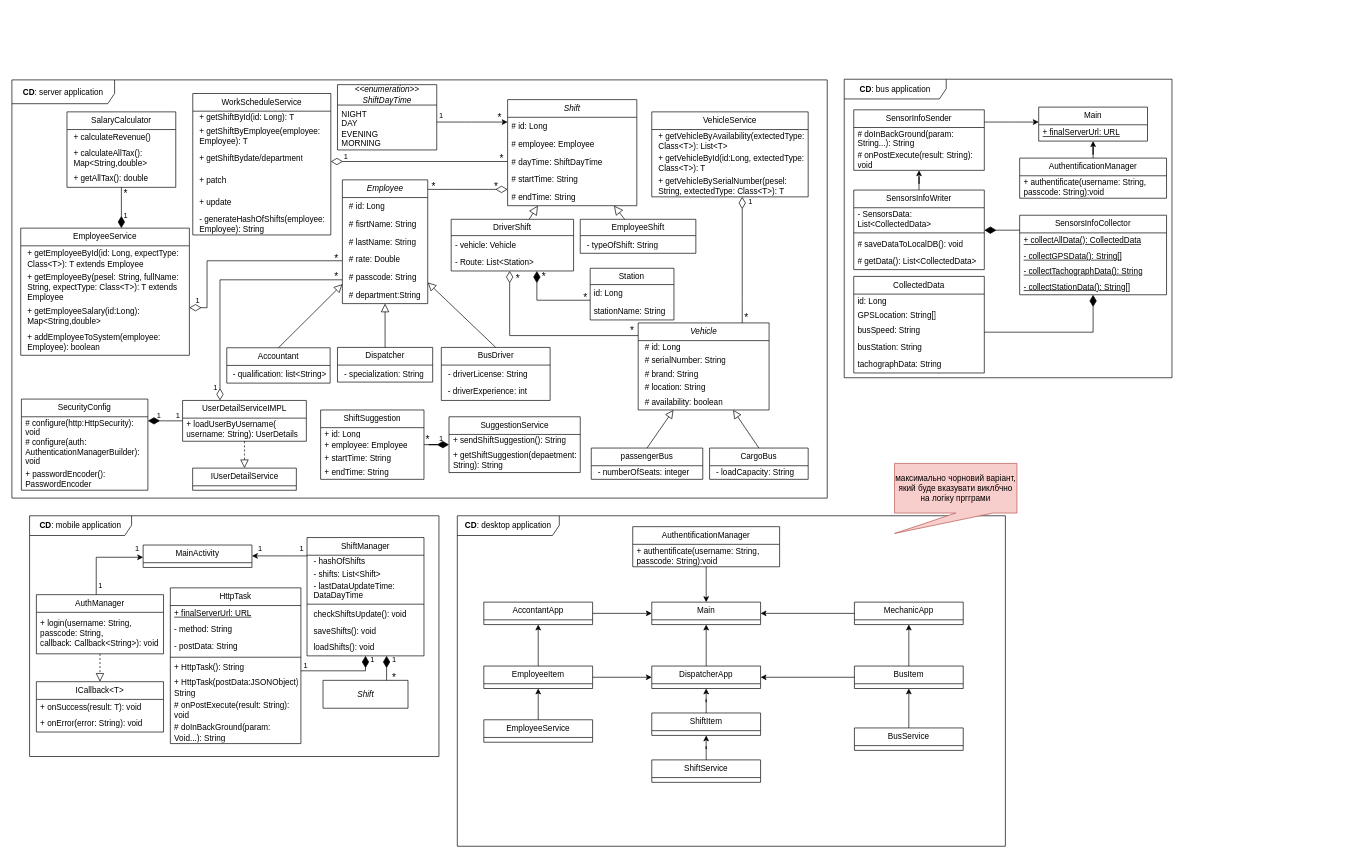
The draw.io diagram page "Class diagram" (1 of 7) of UML-software-engineering.drawio in keshaParrot/ShiftMaster-UML-documentation, before the edit. Source tidied: cells renumbered, new cells numbered last; positions are measured from the earlier drawing's top-left corner, leaving out a move shared by most shapes. Both pictures are drawn from the tidied source at 68%, with x=0, y=0 at pixel (12, 79).
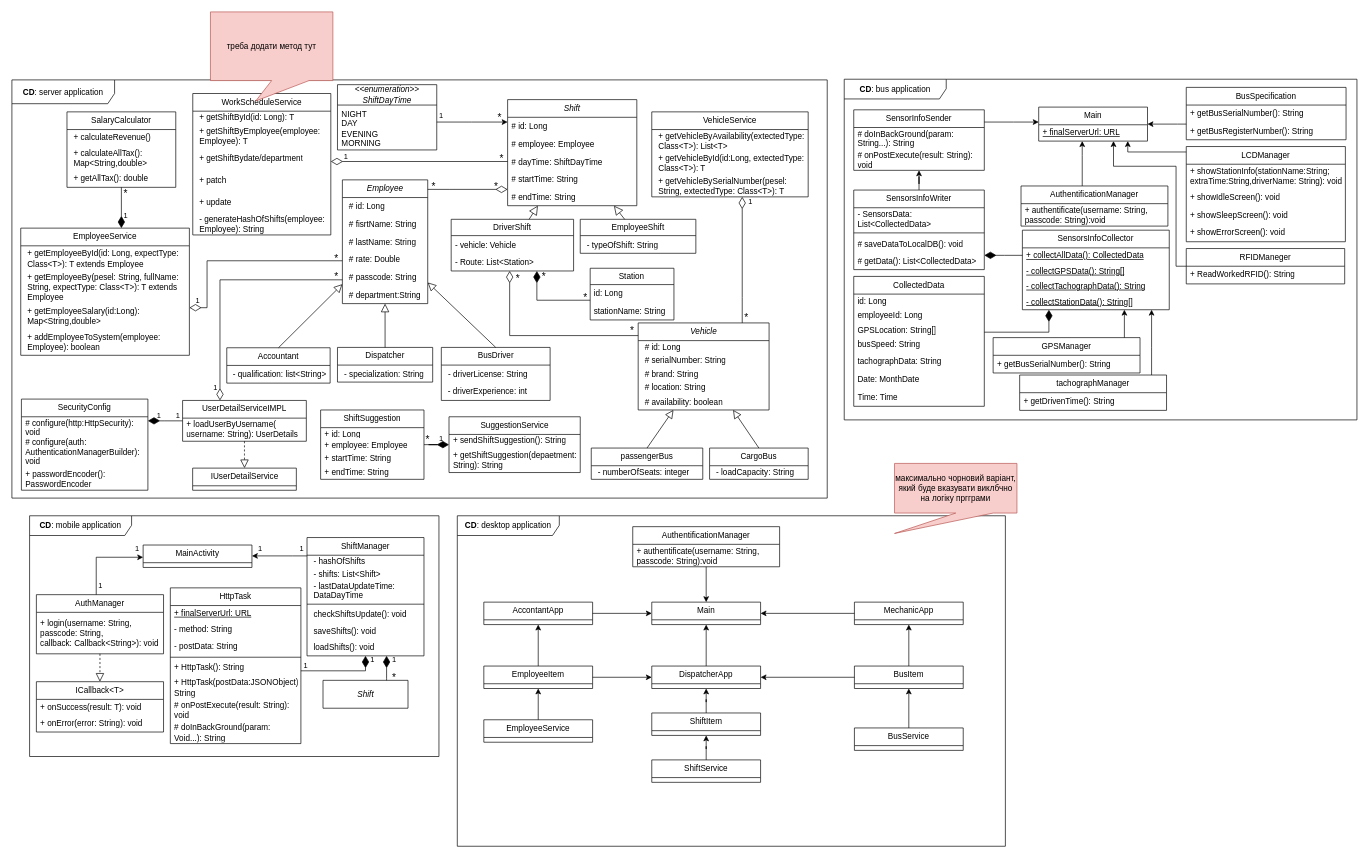
Above is the later version.

Unchanged cells that the change refers to:
```xml
<mxCell id="188" value="Main" style="swimlane;fontStyle=0;horizontal=1;startSize=26;fillColor=none;whiteSpace=wrap;html=1;" parent="183" vertex="1">
  <mxGeometry x="286" y="41" width="160" height="50" as="geometry" />
</mxCell>
<mxCell id="197" value="SensorsInfoWriter" style="swimlane;fontStyle=0;horizontal=1;startSize=26;fillColor=none;whiteSpace=wrap;html=1;" parent="183" vertex="1">
  <mxGeometry x="14" y="163" width="192" height="117" as="geometry" />
</mxCell>
```

Change to the diagram source:
```diff
@@
     <mxCell id="183" value="&lt;b&gt;CD&lt;/b&gt;: bus application" style="shape=umlFrame;whiteSpace=wrap;html=1;width=150;height=29;" parent="1" vertex="1">
-      <mxGeometry x="1224" width="482" height="439" as="geometry" />
+      <mxGeometry x="1224" width="754" height="501" as="geometry" />
     </mxCell>
@@
     <mxCell id="190" style="edgeStyle=orthogonalEdgeStyle;rounded=0;jettySize=auto;html=1;endArrow=diamondThin;endFill=1;endSize=15;" parent="183" edge="1" source="191" target="197">
       <mxGeometry relative="1" as="geometry">
         <Array as="points">
-          <mxPoint x="248" y="222" />
-          <mxPoint x="248" y="222" />
+          <mxPoint x="236" y="259" />
+          <mxPoint x="236" y="259" />
         </Array>
       </mxGeometry>
     </mxCell>
     <mxCell id="191" value="SensorsInfoCollector" style="swimlane;fontStyle=0;horizontal=1;startSize=26;fillColor=none;whiteSpace=wrap;html=1;" parent="183" vertex="1">
-      <mxGeometry x="258" y="200" width="216" height="117" as="geometry" />
+      <mxGeometry x="262" y="222" width="216" height="117" as="geometry" />
     </mxCell>
@@
     <mxCell id="202" style="edgeStyle=orthogonalEdgeStyle;rounded=0;jettySize=auto;html=1;" parent="183" edge="1" source="203" target="188">
-      <mxGeometry relative="1" as="geometry" />
+      <mxGeometry relative="1" as="geometry">
+        <Array as="points">
+          <mxPoint x="350" y="112" />
+          <mxPoint x="350" y="112" />
+        </Array>
+      </mxGeometry>
     </mxCell>
     <mxCell id="203" value="AuthentificationManager" style="swimlane;fontStyle=0;horizontal=1;startSize=26;fillColor=none;whiteSpace=wrap;html=1;" parent="183" vertex="1">
-      <mxGeometry x="258" y="116" width="216" height="59" as="geometry" />
+      <mxGeometry x="260" y="157" width="216" height="59" as="geometry" />
     </mxCell>
@@
     <mxCell id="205" style="edgeStyle=orthogonalEdgeStyle;rounded=0;jettySize=auto;html=1;endArrow=diamondThin;endFill=1;endSize=15;" parent="183" edge="1" source="206" target="191">
       <mxGeometry relative="1" as="geometry">
         <Array as="points">
-          <mxPoint x="366" y="372" />
+          <mxPoint x="301" y="372" />
         </Array>
       </mxGeometry>
     </mxCell>
     <mxCell id="206" value="CollectedData" style="swimlane;fontStyle=0;horizontal=1;startSize=26;fillColor=none;whiteSpace=wrap;html=1;" parent="183" vertex="1">
-      <mxGeometry x="14" y="290" width="192" height="142" as="geometry" />
+      <mxGeometry x="14" y="290" width="192" height="191" as="geometry" />
     </mxCell>
@@
+    <mxCell id="213" value="employeeId: Long" style="text;strokeColor=none;fillColor=none;align=left;verticalAlign=middle;spacingLeft=4;spacingRight=4;overflow=hidden;whiteSpace=wrap;html=1;" parent="206" vertex="1">
+      <mxGeometry y="47" width="192" height="21" as="geometry" />
+    </mxCell>
     <mxCell id="208" value="GPSLocation: String[]" style="text;strokeColor=none;fillColor=none;align=left;verticalAlign=middle;spacingLeft=4;spacingRight=4;overflow=hidden;whiteSpace=wrap;html=1;" parent="206" vertex="1">
-      <mxGeometry y="47" width="192" height="21" as="geometry" />
+      <mxGeometry y="68" width="192" height="21" as="geometry" />
     </mxCell>
     <mxCell id="209" value="busSpeed: String" style="text;strokeColor=none;fillColor=none;align=left;verticalAlign=middle;spacingLeft=4;spacingRight=4;overflow=hidden;whiteSpace=wrap;html=1;" parent="206" vertex="1">
-      <mxGeometry y="68" width="192" height="24" as="geometry" />
+      <mxGeometry y="89" width="192" height="24" as="geometry" />
     </mxCell>
-    <mxCell id="210" value="busStation: String" style="text;strokeColor=none;fillColor=none;align=left;verticalAlign=middle;spacingLeft=4;spacingRight=4;overflow=hidden;whiteSpace=wrap;html=1;" parent="206" vertex="1">
-      <mxGeometry y="92" width="192" height="24" as="geometry" />
-    </mxCell>
     <mxCell id="211" value="tachographData: String" style="text;strokeColor=none;fillColor=none;align=left;verticalAlign=middle;spacingLeft=4;spacingRight=4;overflow=hidden;whiteSpace=wrap;html=1;" parent="206" vertex="1">
-      <mxGeometry y="116" width="192" height="26" as="geometry" />
+      <mxGeometry y="113" width="192" height="26" as="geometry" />
     </mxCell>
+    <mxCell id="214" value="Date: MonthDate" style="text;strokeColor=none;fillColor=none;align=left;verticalAlign=middle;spacingLeft=4;spacingRight=4;overflow=hidden;whiteSpace=wrap;html=1;" parent="206" vertex="1">
+      <mxGeometry y="139" width="192" height="26" as="geometry" />
+    </mxCell>
+    <mxCell id="215" value="Time: Time" style="text;strokeColor=none;fillColor=none;align=left;verticalAlign=middle;spacingLeft=4;spacingRight=4;overflow=hidden;whiteSpace=wrap;html=1;" parent="206" vertex="1">
+      <mxGeometry y="165" width="192" height="26" as="geometry" />
+    </mxCell>
+    <mxCell id="216" style="edgeStyle=orthogonalEdgeStyle;rounded=0;jettySize=auto;html=1;" parent="183" edge="1" source="217" target="188">
+      <mxGeometry relative="1" as="geometry">
+        <Array as="points">
+          <mxPoint x="490" y="66" />
+          <mxPoint x="490" y="66" />
+        </Array>
+      </mxGeometry>
+    </mxCell>
+    <mxCell id="217" value="BusSpecification" style="swimlane;fontStyle=0;horizontal=1;startSize=26;fillColor=none;whiteSpace=wrap;html=1;" parent="183" vertex="1">
+      <mxGeometry x="503" y="12" width="235" height="77" as="geometry" />
+    </mxCell>
+    <mxCell id="218" value="+ getBusSerialNumber(): String" style="text;strokeColor=none;fillColor=none;align=left;verticalAlign=middle;spacingLeft=4;spacingRight=4;overflow=hidden;whiteSpace=wrap;html=1;" parent="217" vertex="1">
+      <mxGeometry y="26" width="235" height="26" as="geometry" />
+    </mxCell>
+    <mxCell id="219" value="+ getBusRegisterNumber(): String" style="text;strokeColor=none;fillColor=none;align=left;verticalAlign=middle;spacingLeft=4;spacingRight=4;overflow=hidden;whiteSpace=wrap;html=1;" parent="217" vertex="1">
+      <mxGeometry y="52" width="235" height="25" as="geometry" />
+    </mxCell>
+    <mxCell id="220" style="edgeStyle=orthogonalEdgeStyle;rounded=0;jettySize=auto;html=1;" parent="183" edge="1" source="221" target="191">
+      <mxGeometry relative="1" as="geometry">
+        <Array as="points">
+          <mxPoint x="412" y="351" />
+          <mxPoint x="412" y="351" />
+        </Array>
+      </mxGeometry>
+    </mxCell>
+    <mxCell id="221" value="GPSManager" style="swimlane;fontStyle=0;horizontal=1;startSize=26;fillColor=none;whiteSpace=wrap;html=1;" parent="183" vertex="1">
+      <mxGeometry x="219" y="380" width="216" height="52" as="geometry" />
+    </mxCell>
+    <mxCell id="222" value="+ getBusSerialNumber(): String" style="text;strokeColor=none;fillColor=none;align=left;verticalAlign=middle;spacingLeft=4;spacingRight=4;overflow=hidden;whiteSpace=wrap;html=1;" parent="221" vertex="1">
+      <mxGeometry y="26" width="216" height="26" as="geometry" />
+    </mxCell>
+    <mxCell id="223" style="edgeStyle=orthogonalEdgeStyle;rounded=0;jettySize=auto;html=1;" parent="183" edge="1" source="224" target="191">
+      <mxGeometry relative="1" as="geometry">
+        <Array as="points">
+          <mxPoint x="452" y="395" />
+          <mxPoint x="452" y="395" />
+        </Array>
+      </mxGeometry>
+    </mxCell>
+    <mxCell id="224" value="tachographManager" style="swimlane;fontStyle=0;horizontal=1;startSize=26;fillColor=none;whiteSpace=wrap;html=1;" parent="183" vertex="1">
+      <mxGeometry x="258" y="435" width="216" height="52" as="geometry" />
+    </mxCell>
+    <mxCell id="225" value="+ getDrivenTime(): String" style="text;strokeColor=none;fillColor=none;align=left;verticalAlign=middle;spacingLeft=4;spacingRight=4;overflow=hidden;whiteSpace=wrap;html=1;" parent="224" vertex="1">
+      <mxGeometry y="26" width="216" height="26" as="geometry" />
+    </mxCell>
+    <mxCell id="226" style="edgeStyle=orthogonalEdgeStyle;rounded=0;jettySize=auto;html=1;" parent="183" edge="1" source="227" target="188">
+      <mxGeometry relative="1" as="geometry">
+        <Array as="points">
+          <mxPoint x="488" y="275" />
+          <mxPoint x="488" y="128" />
+          <mxPoint x="396" y="128" />
+        </Array>
+      </mxGeometry>
+    </mxCell>
+    <mxCell id="227" value="RFIDManeger" style="swimlane;fontStyle=0;horizontal=1;startSize=26;fillColor=none;whiteSpace=wrap;html=1;" parent="183" vertex="1">
+      <mxGeometry x="503" y="249" width="233" height="52" as="geometry" />
+    </mxCell>
+    <mxCell id="228" value="+ ReadWorkedRFID(): String" style="text;strokeColor=none;fillColor=none;align=left;verticalAlign=middle;spacingLeft=4;spacingRight=4;overflow=hidden;whiteSpace=wrap;html=1;" parent="227" vertex="1">
+      <mxGeometry y="26" width="233" height="26" as="geometry" />
+    </mxCell>
+    <mxCell id="229" value="LCDManager" style="swimlane;fontStyle=0;horizontal=1;startSize=26;fillColor=none;whiteSpace=wrap;html=1;" parent="183" vertex="1">
+      <mxGeometry x="503" y="99" width="234" height="140" as="geometry" />
+    </mxCell>
+    <mxCell id="230" value="+ showStationInfo(stationName:String; extraTime:String,driverName: String): void" style="text;strokeColor=none;fillColor=none;align=left;verticalAlign=middle;spacingLeft=4;spacingRight=4;overflow=hidden;whiteSpace=wrap;html=1;" parent="229" vertex="1">
+      <mxGeometry y="26" width="234" height="36" as="geometry" />
+    </mxCell>
+    <mxCell id="231" value="+ showIdleScreen(): void" style="text;strokeColor=none;fillColor=none;align=left;verticalAlign=middle;spacingLeft=4;spacingRight=4;overflow=hidden;whiteSpace=wrap;html=1;" parent="229" vertex="1">
+      <mxGeometry y="62" width="234" height="26" as="geometry" />
+    </mxCell>
+    <mxCell id="232" value="+ showSleepScreen(): void" style="text;strokeColor=none;fillColor=none;align=left;verticalAlign=middle;spacingLeft=4;spacingRight=4;overflow=hidden;whiteSpace=wrap;html=1;" parent="229" vertex="1">
+      <mxGeometry y="88" width="234" height="26" as="geometry" />
+    </mxCell>
+    <mxCell id="233" value="+ showErrorScreen(): void" style="text;strokeColor=none;fillColor=none;align=left;verticalAlign=middle;spacingLeft=4;spacingRight=4;overflow=hidden;whiteSpace=wrap;html=1;" parent="229" vertex="1">
+      <mxGeometry y="114" width="234" height="26" as="geometry" />
+    </mxCell>
+    <mxCell id="234" style="edgeStyle=orthogonalEdgeStyle;rounded=0;jettySize=auto;html=1;" parent="183" edge="1" source="229" target="188">
+      <mxGeometry relative="1" as="geometry">
+        <Array as="points">
+          <mxPoint x="417" y="107" />
+        </Array>
+      </mxGeometry>
+    </mxCell>
@@
+    <mxCell id="235" value="треба додати метод тут" style="shape=callout;whiteSpace=wrap;html=1;perimeter=calloutPerimeter;position2=0.37;fillColor=#f8cecc;strokeColor=#b85450;base=55;" parent="1" vertex="1">
+      <mxGeometry x="292" y="-99" width="180" height="131" as="geometry" />
+    </mxCell>
```
